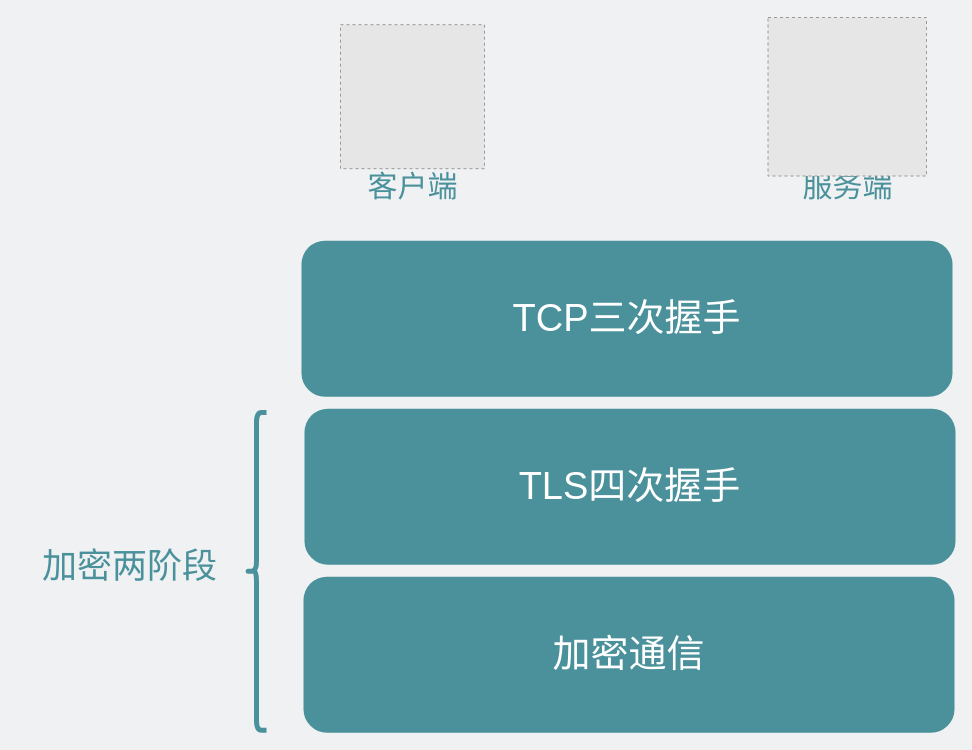
Earlier version of the draw.io diagram network/SSH加密的两阶段.drawio (xiaobaiTech/image). Source tidied: cells renumbered, new cells numbered last; positions are measured from the earlier drawing's top-left corner, leaving out a move shared by most shapes. Both pictures are drawn from the tidied source at 100%, with x=0, y=0 at pixel (24, 17). Pictures stored in the file or linked from it are replaced by grey dashed boxes.
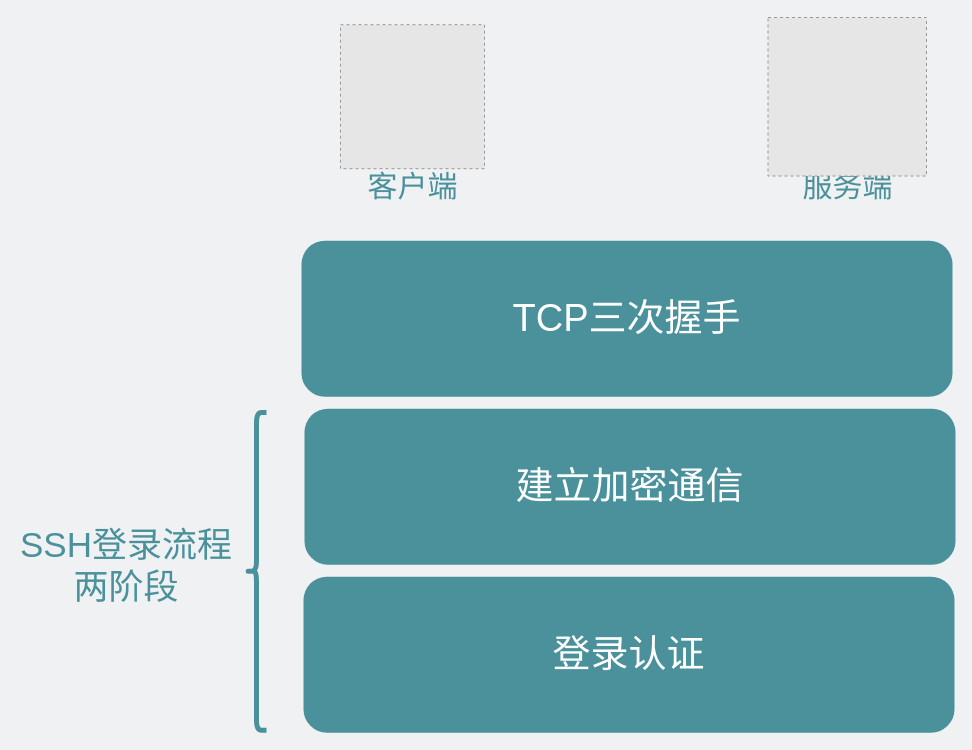
Above is the later version.

Commit message:
更新SSH加密的两阶段.drawio

Change to the diagram source:
```diff
@@
 <mxGraphModel background="#EFF1F3">
   <root>
     <mxCell id="0" />
     <mxCell id="1" parent="0" />
     <mxCell id="2" style="shape=curlyBracket;whiteSpace=wrap;html=1;rounded=1;strokeColor=#4A919B;fontSize=21;fontColor=#4A919B;fillColor=#FFEED7;strokeWidth=5;" parent="1" vertex="1">
       <mxGeometry x="222" y="395" width="20" height="317.7" as="geometry" />
     </mxCell>
-    <mxCell id="3" value="&lt;font style=&quot;font-size: 35px;&quot;&gt;加密两阶段&lt;/font&gt;" style="text;html=1;strokeColor=none;fillColor=none;align=center;verticalAlign=middle;whiteSpace=wrap;rounded=0;strokeWidth=3;fontSize=21;fontColor=#4A919B;" parent="1" vertex="1">
-      <mxGeometry y="533" width="211" height="30" as="geometry" />
+    <mxCell id="3" value="&lt;font style=&quot;font-size: 35px;&quot;&gt;SSH登录流程两阶段&lt;/font&gt;" style="text;html=1;strokeColor=none;fillColor=none;align=center;verticalAlign=middle;whiteSpace=wrap;rounded=0;strokeWidth=3;fontSize=21;fontColor=#4A919B;" parent="1" vertex="1">
+      <mxGeometry x="-7" y="533" width="218" height="30" as="geometry" />
     </mxCell>
     <mxCell id="4" value="&lt;font style=&quot;font-size: 30px;&quot; color=&quot;#4a919b&quot;&gt;客户端&lt;/font&gt;" style="text;html=1;strokeColor=none;fillColor=none;align=center;verticalAlign=middle;whiteSpace=wrap;rounded=0;fontSize=22;" parent="1" vertex="1">
       <mxGeometry x="334.8" y="158.8" width="106.5" height="20" as="geometry" />
     </mxCell>
     <mxCell id="5" value="&lt;font color=&quot;#4a919b&quot; style=&quot;font-size: 30px;&quot;&gt;服务端&lt;/font&gt;" style="text;html=1;strokeColor=none;fillColor=none;align=center;verticalAlign=middle;whiteSpace=wrap;rounded=0;fontSize=22;" parent="1" vertex="1">
       <mxGeometry x="733.5" y="158.8" width="179" height="20" as="geometry" />
     </mxCell>
     <mxCell id="6" style="fillColor=#E6E6E6;strokeColor=#999999;dashed=1;verticalLabelPosition=bottom;verticalAlign=top;" parent="1" vertex="1">
       <mxGeometry x="316" y="7.2" width="144" height="144" as="geometry" />
     </mxCell>
     <mxCell id="7" value="&lt;font color=&quot;#ffffff&quot; style=&quot;font-size: 38px;&quot;&gt;TCP三次握手&lt;/font&gt;" style="rounded=1;whiteSpace=wrap;html=1;strokeColor=none;fillColor=#4A919B;" parent="1" vertex="1">
       <mxGeometry x="277" y="223.2" width="651" height="156" as="geometry" />
     </mxCell>
-    <mxCell id="8" value="&lt;font color=&quot;#ffffff&quot; style=&quot;font-size: 38px;&quot;&gt;TLS四次握手&lt;/font&gt;" style="rounded=1;whiteSpace=wrap;html=1;strokeColor=none;fillColor=#4A919B;" parent="1" vertex="1">
+    <mxCell id="8" value="&lt;font color=&quot;#ffffff&quot;&gt;&lt;span style=&quot;font-size: 38px;&quot;&gt;建立加密通信&lt;/span&gt;&lt;/font&gt;" style="rounded=1;whiteSpace=wrap;html=1;strokeColor=none;fillColor=#4A919B;" parent="1" vertex="1">
       <mxGeometry x="280" y="391.2" width="651" height="156" as="geometry" />
     </mxCell>
-    <mxCell id="9" value="&lt;font color=&quot;#ffffff&quot; style=&quot;font-size: 38px;&quot;&gt;加密通信&lt;/font&gt;" style="rounded=1;whiteSpace=wrap;html=1;strokeColor=none;fillColor=#4A919B;" parent="1" vertex="1">
+    <mxCell id="9" value="&lt;font color=&quot;#ffffff&quot; style=&quot;font-size: 38px;&quot;&gt;登录认证&lt;/font&gt;" style="rounded=1;whiteSpace=wrap;html=1;strokeColor=none;fillColor=#4A919B;" parent="1" vertex="1">
       <mxGeometry x="279" y="559.2" width="651" height="156" as="geometry" />
     </mxCell>
     <mxCell id="10" style="fillColor=#E6E6E6;strokeColor=#999999;dashed=1;verticalLabelPosition=bottom;verticalAlign=top;fontSize=35;fontColor=#FFFFFF;" parent="1" vertex="1">
       <mxGeometry x="743.5" width="158.5" height="158.5" as="geometry" />
     </mxCell>
   </root>
 </mxGraphModel>
```
